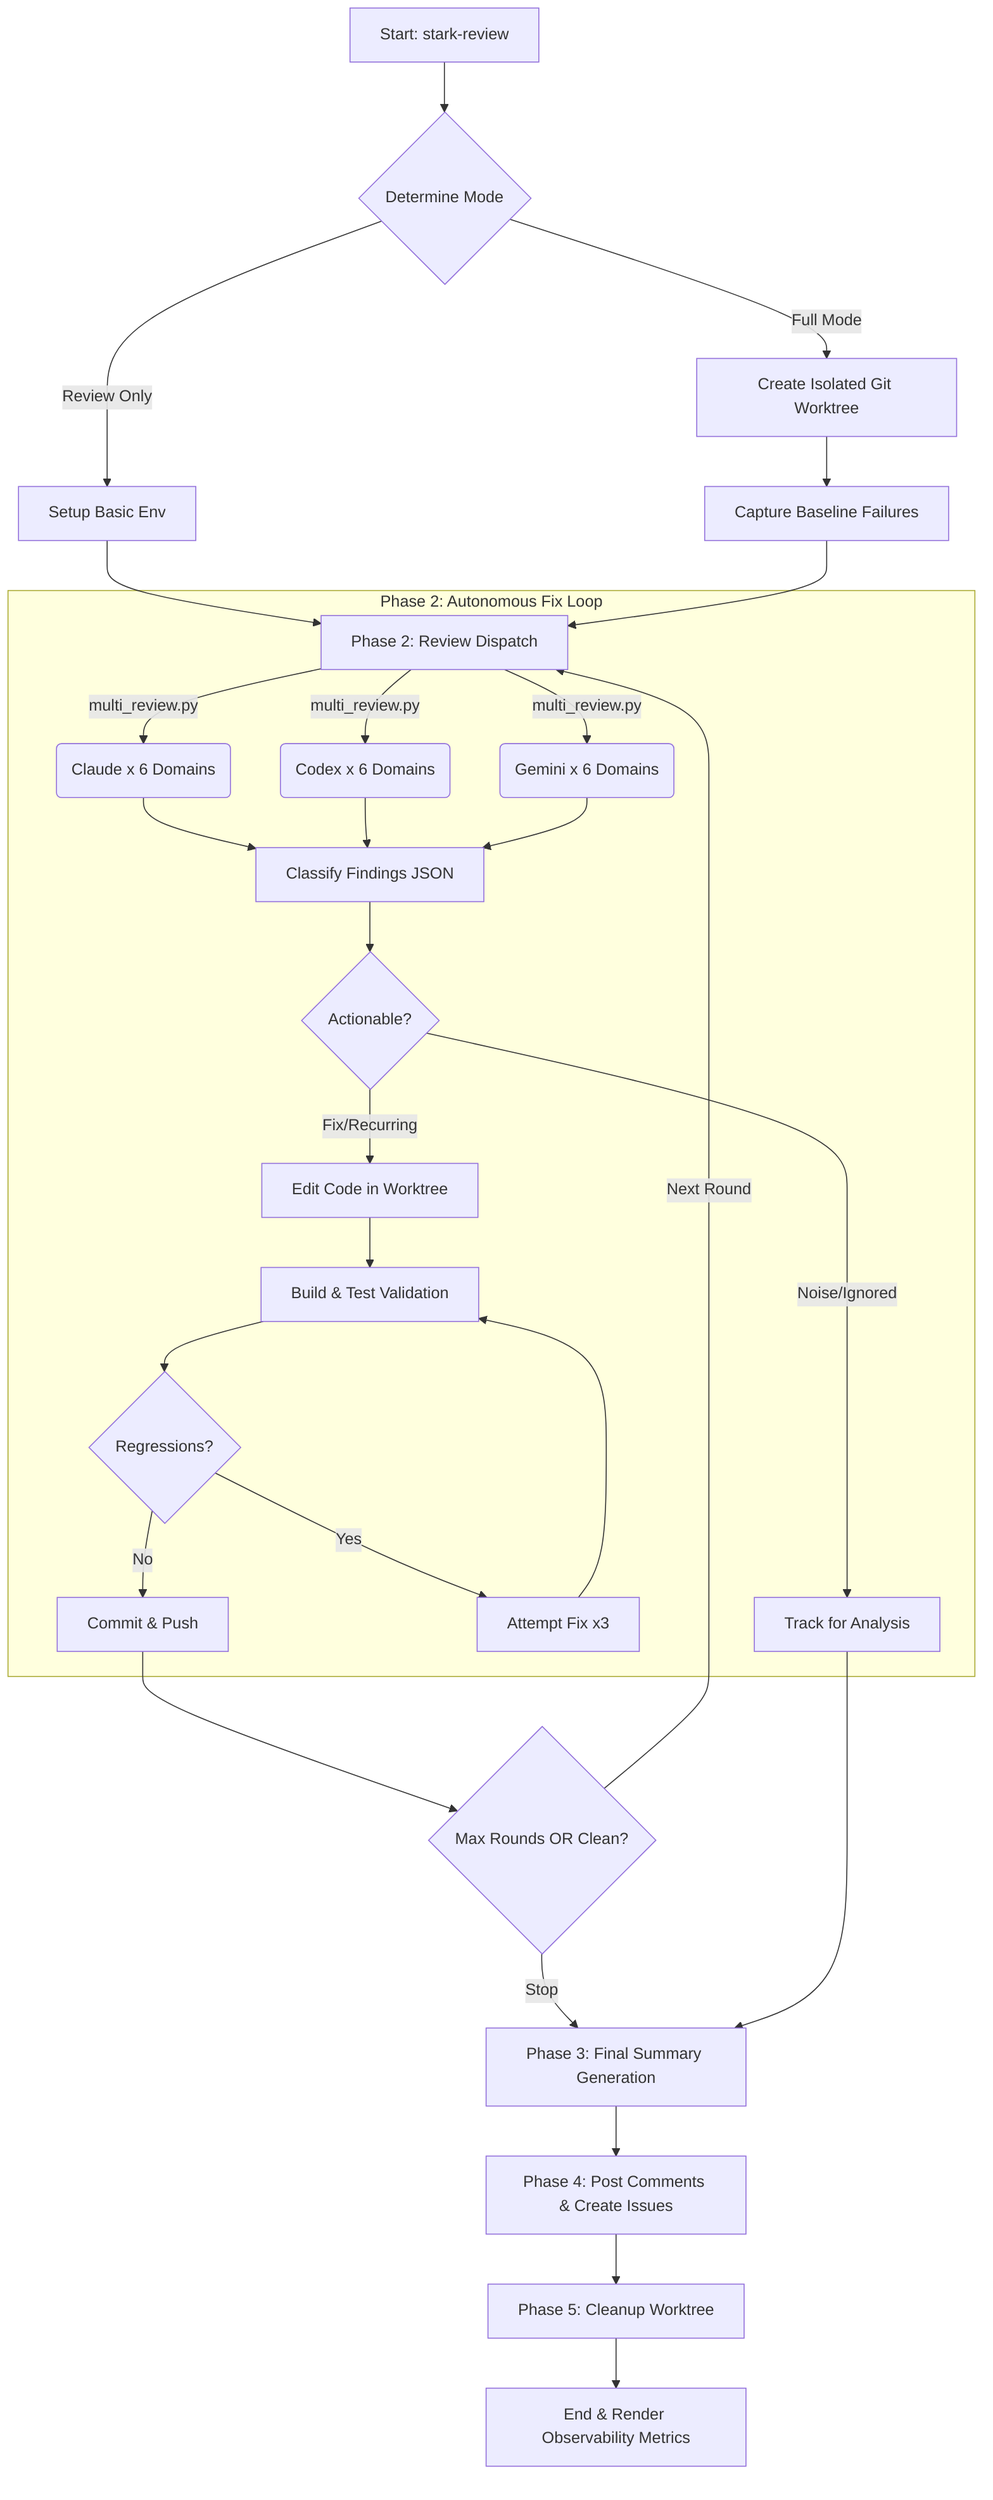
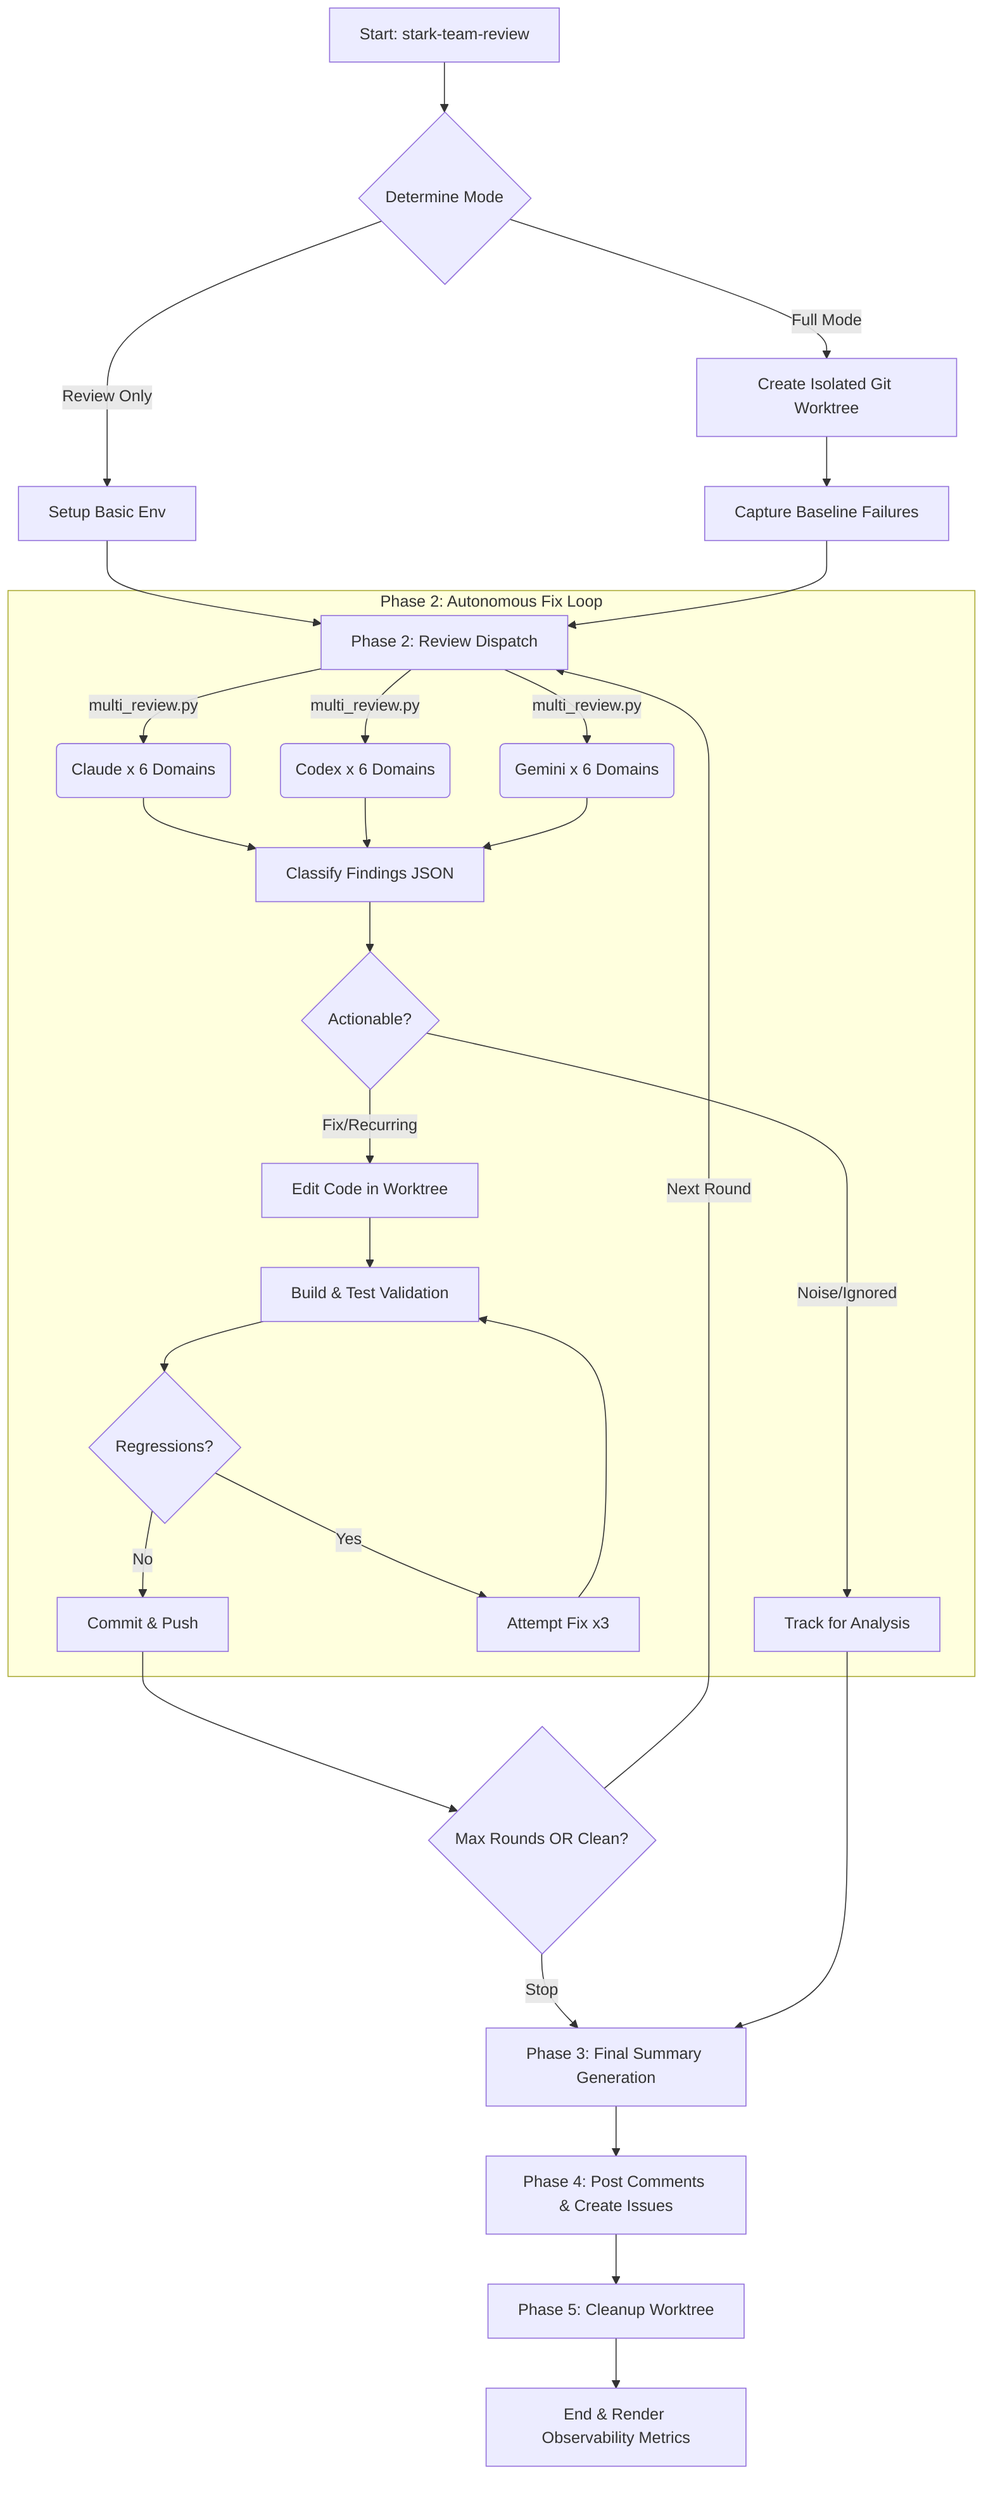
graph TD
-     A[Start: stark-review] --> B{Determine Mode}
+     A[Start: stark-team-review] --> B{Determine Mode}
    B -->|Review Only| C[Setup Basic Env]
    B -->|Full Mode| D[Create Isolated Git Worktree]
    D --> E[Capture Baseline Failures]

    C --> F[Phase 2: Review Dispatch]
    E --> F

    subgraph Phase 2: Autonomous Fix Loop
        F -->|multi_review.py| G1(Claude x 6 Domains)
        F -->|multi_review.py| G2(Codex x 6 Domains)
        F -->|multi_review.py| G3(Gemini x 6 Domains)

        G1 --> H[Classify Findings JSON]
        G2 --> H
        G3 --> H

        H --> I{Actionable?}
        I -->|Noise/Ignored| J[Track for Analysis]
        I -->|Fix/Recurring| K[Edit Code in Worktree]

        K --> L[Build & Test Validation]
        L --> M{Regressions?}
        M -->|Yes| N[Attempt Fix x3]
        N --> L
        M -->|No| O[Commit & Push]
    end

    O --> P{Max Rounds OR Clean?}
    P -->|Next Round| F
    P -->|Stop| Q

    J --> Q[Phase 3: Final Summary Generation]
    Q --> R[Phase 4: Post Comments & Create Issues]
    R --> S[Phase 5: Cleanup Worktree]
-     S --> T[End & Render Observability Metrics]+     S --> T[End & Render Observability Metrics]
